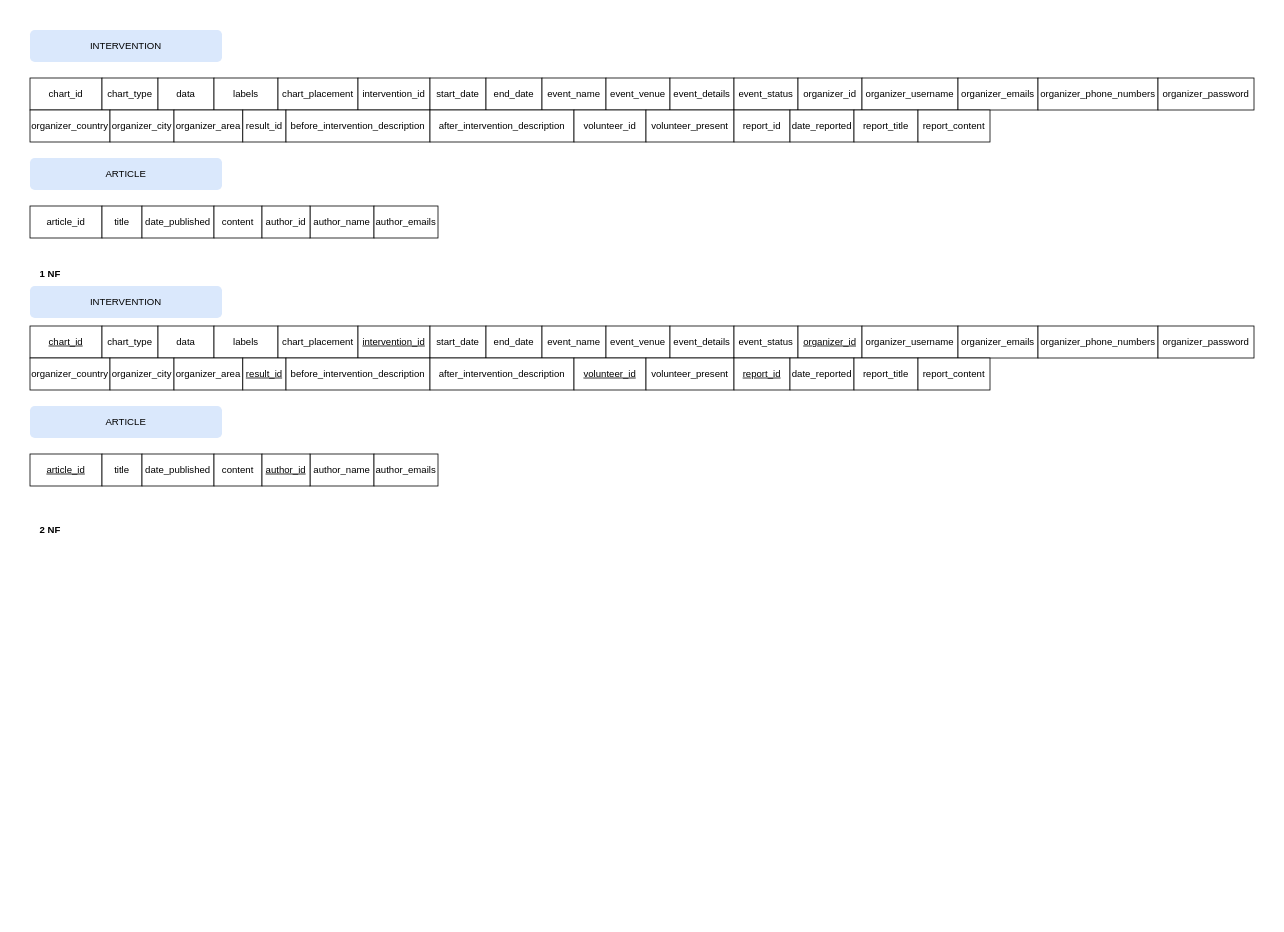
Above: normalization.drawio in BloodRiver/public-health-interventions (draw.io), before the change. Source tidied: cells renumbered, new cells numbered last; positions are measured from the earlier drawing's top-left corner, leaving out a move shared by most shapes. Both pictures are drawn from the tidied source at 80%, with x=0, y=0 at pixel (30, 30).
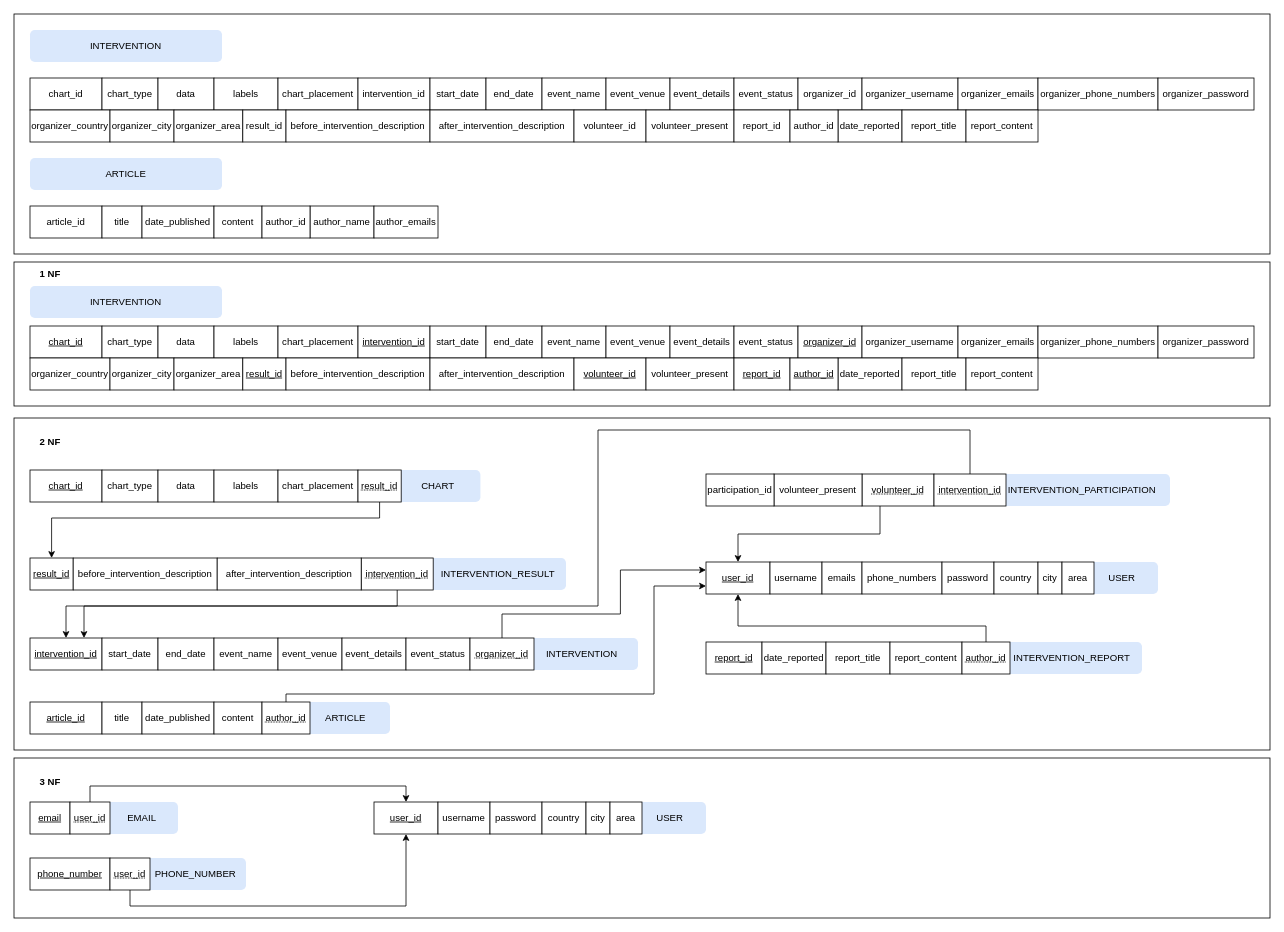
The same diagram, later.

What changed in the source:
```diff
@@
+    <mxCell id="80" style="rounded=0;whiteSpace=wrap;html=1;fillColor=none;" parent="1" vertex="1">
+      <mxGeometry x="-20" y="485" width="1570" height="415" as="geometry" />
+    </mxCell>
+    <mxCell id="81" style="rounded=0;whiteSpace=wrap;html=1;fillColor=none;" parent="1" vertex="1">
+      <mxGeometry x="-20" y="-20" width="1570" height="300" as="geometry" />
+    </mxCell>
+    <mxCell id="82" value="PHONE_NUMBER" style="rounded=1;whiteSpace=wrap;html=1;fillColor=#dae8fc;strokeColor=none;" parent="1" vertex="1">
+      <mxGeometry x="144" y="1035" width="126" height="40" as="geometry" />
+    </mxCell>
+    <mxCell id="83" value="EMAIL" style="rounded=1;whiteSpace=wrap;html=1;fillColor=#dae8fc;strokeColor=none;" parent="1" vertex="1">
+      <mxGeometry x="95" y="965" width="90" height="40" as="geometry" />
+    </mxCell>
+    <mxCell id="84" value="INTERVENTION_REPORT" style="rounded=1;whiteSpace=wrap;html=1;fillColor=#dae8fc;strokeColor=none;" parent="1" vertex="1">
+      <mxGeometry x="1215" y="765" width="175" height="40" as="geometry" />
+    </mxCell>
+    <mxCell id="85" value="INTERVENTION_PARTICIPATION" style="rounded=1;whiteSpace=wrap;html=1;fillColor=#dae8fc;strokeColor=none;" parent="1" vertex="1">
+      <mxGeometry x="1205" y="555" width="220" height="40" as="geometry" />
+    </mxCell>
+    <mxCell id="86" value="USER" style="rounded=1;whiteSpace=wrap;html=1;fillColor=#dae8fc;strokeColor=none;" parent="1" vertex="1">
+      <mxGeometry x="1320" y="665" width="90" height="40" as="geometry" />
+    </mxCell>
+    <mxCell id="87" value="INTERVENTION" style="rounded=1;whiteSpace=wrap;html=1;fillColor=#dae8fc;strokeColor=none;" parent="1" vertex="1">
+      <mxGeometry x="620" y="760" width="140" height="40" as="geometry" />
+    </mxCell>
+    <mxCell id="88" value="INTERVENTION_RESULT" style="rounded=1;whiteSpace=wrap;html=1;fillColor=#dae8fc;strokeColor=none;" parent="1" vertex="1">
+      <mxGeometry x="500" y="660" width="170" height="40" as="geometry" />
+    </mxCell>
+    <mxCell id="89" value="CHART" style="rounded=1;whiteSpace=wrap;html=1;fillColor=#dae8fc;strokeColor=none;" parent="1" vertex="1">
+      <mxGeometry x="457" y="550" width="106" height="40" as="geometry" />
+    </mxCell>
@@
     <mxCell id="30" value="date_reported" style="rounded=0;whiteSpace=wrap;html=1;" parent="1" vertex="1">
-      <mxGeometry x="950" y="100" width="80" height="40" as="geometry" />
+      <mxGeometry x="1010" y="100" width="80" height="40" as="geometry" />
     </mxCell>
     <mxCell id="31" value="report_title" style="rounded=0;whiteSpace=wrap;html=1;" parent="1" vertex="1">
-      <mxGeometry x="1030" y="100" width="80" height="40" as="geometry" />
+      <mxGeometry x="1090" y="100" width="80" height="40" as="geometry" />
     </mxCell>
     <mxCell id="32" value="report_content" style="rounded=0;whiteSpace=wrap;html=1;" parent="1" vertex="1">
-      <mxGeometry x="1110" y="100" width="90" height="40" as="geometry" />
+      <mxGeometry x="1170" y="100" width="90" height="40" as="geometry" />
     </mxCell>
@@
     <mxCell id="59" value="date_reported" style="rounded=0;whiteSpace=wrap;html=1;" parent="1" vertex="1">
-      <mxGeometry x="950" y="410" width="80" height="40" as="geometry" />
+      <mxGeometry x="1010" y="410" width="80" height="40" as="geometry" />
     </mxCell>
     <mxCell id="60" value="report_title" style="rounded=0;whiteSpace=wrap;html=1;" parent="1" vertex="1">
-      <mxGeometry x="1030" y="410" width="80" height="40" as="geometry" />
+      <mxGeometry x="1090" y="410" width="80" height="40" as="geometry" />
     </mxCell>
     <mxCell id="61" value="report_content" style="rounded=0;whiteSpace=wrap;html=1;" parent="1" vertex="1">
-      <mxGeometry x="1110" y="410" width="90" height="40" as="geometry" />
+      <mxGeometry x="1170" y="410" width="90" height="40" as="geometry" />
     </mxCell>
@@
     <mxCell id="71" value="article_id" style="rounded=0;whiteSpace=wrap;html=1;fontStyle=4;" parent="1" vertex="1">
-      <mxGeometry y="530" width="90" height="40" as="geometry" />
+      <mxGeometry y="840" width="90" height="40" as="geometry" />
     </mxCell>
     <mxCell id="72" value="title" style="rounded=0;whiteSpace=wrap;html=1;" parent="1" vertex="1">
-      <mxGeometry x="90" y="530" width="50" height="40" as="geometry" />
+      <mxGeometry x="90" y="840" width="50" height="40" as="geometry" />
     </mxCell>
     <mxCell id="73" value="date_published" style="rounded=0;whiteSpace=wrap;html=1;" parent="1" vertex="1">
-      <mxGeometry x="140" y="530" width="90" height="40" as="geometry" />
+      <mxGeometry x="140" y="840" width="90" height="40" as="geometry" />
     </mxCell>
     <mxCell id="74" value="content" style="rounded=0;whiteSpace=wrap;html=1;" parent="1" vertex="1">
-      <mxGeometry x="230" y="530" width="60" height="40" as="geometry" />
+      <mxGeometry x="230" y="840" width="60" height="40" as="geometry" />
     </mxCell>
-    <mxCell id="75" value="author_name" style="rounded=0;whiteSpace=wrap;html=1;" parent="1" vertex="1">
-      <mxGeometry x="350" y="530" width="80" height="40" as="geometry" />
-    </mxCell>
-    <mxCell id="76" value="author_emails" style="rounded=0;whiteSpace=wrap;html=1;" parent="1" vertex="1">
-      <mxGeometry x="430" y="530" width="80" height="40" as="geometry" />
-    </mxCell>
     <mxCell id="77" value="ARTICLE" style="rounded=1;whiteSpace=wrap;html=1;fillColor=#dae8fc;strokeColor=none;" parent="1" vertex="1">
-      <mxGeometry y="470" width="240" height="40" as="geometry" />
+      <mxGeometry x="339" y="840" width="111" height="40" as="geometry" />
     </mxCell>
+    <mxCell id="90" style="edgeStyle=orthogonalEdgeStyle;rounded=0;jettySize=auto;html=1;entryX=0;entryY=0.75;entryDx=0;entryDy=0;exitX=0.5;exitY=0;exitDx=0;exitDy=0;" parent="1" edge="1" source="78" target="103">
+      <mxGeometry relative="1" as="geometry">
+        <Array as="points">
+          <mxPoint x="320" y="830" />
+          <mxPoint x="780" y="830" />
+          <mxPoint x="780" y="695" />
+        </Array>
+      </mxGeometry>
+    </mxCell>
-    <mxCell id="78" value="author_id" style="rounded=0;whiteSpace=wrap;html=1;fontStyle=4;" parent="1" vertex="1">
-      <mxGeometry x="290" y="530" width="60" height="40" as="geometry" />
+    <mxCell id="78" value="&lt;span style=&quot;text-decoration: dotted underline;&quot;&gt;author_id&lt;/span&gt;" style="rounded=0;whiteSpace=wrap;html=1;fontStyle=0;" parent="1" vertex="1">
+      <mxGeometry x="290" y="840" width="60" height="40" as="geometry" />
     </mxCell>
     <mxCell id="79" value="&lt;b&gt;2 NF&lt;/b&gt;" style="text;html=1;align=center;verticalAlign=middle;strokeColor=none;fillColor=none;" parent="1" vertex="1">
-      <mxGeometry y="610" width="50" height="30" as="geometry" />
+      <mxGeometry y="500" width="50" height="30" as="geometry" />
     </mxCell>
+    <mxCell id="91" value="chart_id" style="rounded=0;whiteSpace=wrap;html=1;fontStyle=4;" parent="1" vertex="1">
+      <mxGeometry y="550" width="90" height="40" as="geometry" />
+    </mxCell>
+    <mxCell id="92" value="chart_type" style="rounded=0;whiteSpace=wrap;html=1;" parent="1" vertex="1">
+      <mxGeometry x="90" y="550" width="70" height="40" as="geometry" />
+    </mxCell>
+    <mxCell id="93" value="data" style="rounded=0;whiteSpace=wrap;html=1;" parent="1" vertex="1">
+      <mxGeometry x="160" y="550" width="70" height="40" as="geometry" />
+    </mxCell>
+    <mxCell id="94" value="labels" style="rounded=0;whiteSpace=wrap;html=1;" parent="1" vertex="1">
+      <mxGeometry x="230" y="550" width="80" height="40" as="geometry" />
+    </mxCell>
+    <mxCell id="95" value="chart_placement" style="rounded=0;whiteSpace=wrap;html=1;" parent="1" vertex="1">
+      <mxGeometry x="310" y="550" width="100" height="40" as="geometry" />
+    </mxCell>
+    <mxCell id="96" value="intervention_id" style="rounded=0;whiteSpace=wrap;html=1;fontStyle=4;" parent="1" vertex="1">
+      <mxGeometry y="760" width="90" height="40" as="geometry" />
+    </mxCell>
+    <mxCell id="97" value="start_date" style="rounded=0;whiteSpace=wrap;html=1;" parent="1" vertex="1">
+      <mxGeometry x="90" y="760" width="70" height="40" as="geometry" />
+    </mxCell>
+    <mxCell id="98" value="end_date" style="rounded=0;whiteSpace=wrap;html=1;" parent="1" vertex="1">
+      <mxGeometry x="160" y="760" width="70" height="40" as="geometry" />
+    </mxCell>
+    <mxCell id="99" value="event_name" style="rounded=0;whiteSpace=wrap;html=1;" parent="1" vertex="1">
+      <mxGeometry x="230" y="760" width="80" height="40" as="geometry" />
+    </mxCell>
+    <mxCell id="100" value="event_venue" style="rounded=0;whiteSpace=wrap;html=1;" parent="1" vertex="1">
+      <mxGeometry x="310" y="760" width="80" height="40" as="geometry" />
+    </mxCell>
+    <mxCell id="101" value="event_details" style="rounded=0;whiteSpace=wrap;html=1;" parent="1" vertex="1">
+      <mxGeometry x="390" y="760" width="80" height="40" as="geometry" />
+    </mxCell>
+    <mxCell id="102" value="event_status" style="rounded=0;whiteSpace=wrap;html=1;" parent="1" vertex="1">
+      <mxGeometry x="470" y="760" width="80" height="40" as="geometry" />
+    </mxCell>
+    <mxCell id="103" value="user_id" style="rounded=0;whiteSpace=wrap;html=1;fontStyle=4;" parent="1" vertex="1">
+      <mxGeometry x="845" y="665" width="80" height="40" as="geometry" />
+    </mxCell>
+    <mxCell id="104" value="username" style="rounded=0;whiteSpace=wrap;html=1;" parent="1" vertex="1">
+      <mxGeometry x="925" y="665" width="65" height="40" as="geometry" />
+    </mxCell>
+    <mxCell id="105" value="emails" style="rounded=0;whiteSpace=wrap;html=1;" parent="1" vertex="1">
+      <mxGeometry x="990" y="665" width="50" height="40" as="geometry" />
+    </mxCell>
+    <mxCell id="106" value="phone_numbers" style="rounded=0;whiteSpace=wrap;html=1;" parent="1" vertex="1">
+      <mxGeometry x="1040" y="665" width="100" height="40" as="geometry" />
+    </mxCell>
+    <mxCell id="107" value="password" style="rounded=0;whiteSpace=wrap;html=1;" parent="1" vertex="1">
+      <mxGeometry x="1140" y="665" width="65" height="40" as="geometry" />
+    </mxCell>
+    <mxCell id="108" value="country" style="rounded=0;whiteSpace=wrap;html=1;" parent="1" vertex="1">
+      <mxGeometry x="1205" y="665" width="55" height="40" as="geometry" />
+    </mxCell>
+    <mxCell id="109" value="city" style="rounded=0;whiteSpace=wrap;html=1;" parent="1" vertex="1">
+      <mxGeometry x="1260" y="665" width="30" height="40" as="geometry" />
+    </mxCell>
+    <mxCell id="110" value="area" style="rounded=0;whiteSpace=wrap;html=1;" parent="1" vertex="1">
+      <mxGeometry x="1290" y="665" width="40" height="40" as="geometry" />
+    </mxCell>
+    <mxCell id="111" style="edgeStyle=orthogonalEdgeStyle;rounded=0;jettySize=auto;html=1;entryX=0.5;entryY=0;entryDx=0;entryDy=0;exitX=0.25;exitY=1;exitDx=0;exitDy=0;" parent="1" edge="1" source="112" target="103">
+      <mxGeometry relative="1" as="geometry" />
+    </mxCell>
+    <mxCell id="112" value="&lt;span style=&quot;text-decoration: dotted underline;&quot;&gt;volunteer_id&lt;/span&gt;" style="rounded=0;whiteSpace=wrap;html=1;fontStyle=0;" parent="1" vertex="1">
+      <mxGeometry x="1040" y="555" width="90" height="40" as="geometry" />
+    </mxCell>
+    <mxCell id="113" value="volunteer_present" style="rounded=0;whiteSpace=wrap;html=1;" parent="1" vertex="1">
+      <mxGeometry x="930" y="555" width="110" height="40" as="geometry" />
+    </mxCell>
+    <mxCell id="114" value="report_id" style="rounded=0;whiteSpace=wrap;html=1;fontStyle=4;" parent="1" vertex="1">
+      <mxGeometry x="845" y="765" width="70" height="40" as="geometry" />
+    </mxCell>
+    <mxCell id="115" value="date_reported" style="rounded=0;whiteSpace=wrap;html=1;" parent="1" vertex="1">
+      <mxGeometry x="915" y="765" width="80" height="40" as="geometry" />
+    </mxCell>
+    <mxCell id="116" value="report_title" style="rounded=0;whiteSpace=wrap;html=1;" parent="1" vertex="1">
+      <mxGeometry x="995" y="765" width="80" height="40" as="geometry" />
+    </mxCell>
+    <mxCell id="117" value="report_content" style="rounded=0;whiteSpace=wrap;html=1;" parent="1" vertex="1">
+      <mxGeometry x="1075" y="765" width="90" height="40" as="geometry" />
+    </mxCell>
+    <mxCell id="118" style="edgeStyle=orthogonalEdgeStyle;rounded=0;jettySize=auto;html=1;entryX=0.5;entryY=0;entryDx=0;entryDy=0;" parent="1" edge="1" source="119" target="122">
+      <mxGeometry relative="1" as="geometry">
+        <Array as="points">
+          <mxPoint x="437" y="610" />
+          <mxPoint x="27" y="610" />
+        </Array>
+      </mxGeometry>
+    </mxCell>
+    <mxCell id="119" value="&lt;span style=&quot;text-decoration: dotted underline;&quot;&gt;result_id&lt;/span&gt;" style="rounded=0;whiteSpace=wrap;html=1;fontStyle=0;" parent="1" vertex="1">
+      <mxGeometry x="410" y="550" width="54" height="40" as="geometry" />
+    </mxCell>
+    <mxCell id="120" style="edgeStyle=orthogonalEdgeStyle;rounded=0;jettySize=auto;html=1;entryX=0.5;entryY=0;entryDx=0;entryDy=0;" parent="1" edge="1" source="121" target="96">
+      <mxGeometry relative="1" as="geometry">
+        <Array as="points">
+          <mxPoint x="459" y="720" />
+          <mxPoint x="45" y="720" />
+        </Array>
+      </mxGeometry>
+    </mxCell>
+    <mxCell id="121" value="&lt;span style=&quot;text-decoration: dotted underline;&quot;&gt;intervention_id&lt;/span&gt;" style="rounded=0;whiteSpace=wrap;html=1;fontStyle=0;" parent="1" vertex="1">
+      <mxGeometry x="414" y="660" width="90" height="40" as="geometry" />
+    </mxCell>
+    <mxCell id="122" value="result_id" style="rounded=0;whiteSpace=wrap;html=1;fontStyle=4;" parent="1" vertex="1">
+      <mxGeometry y="660" width="54" height="40" as="geometry" />
+    </mxCell>
+    <mxCell id="123" value="before_intervention_description" style="rounded=0;whiteSpace=wrap;html=1;" parent="1" vertex="1">
+      <mxGeometry x="54" y="660" width="180" height="40" as="geometry" />
+    </mxCell>
+    <mxCell id="124" value="after_intervention_description" style="rounded=0;whiteSpace=wrap;html=1;" parent="1" vertex="1">
+      <mxGeometry x="234" y="660" width="180" height="40" as="geometry" />
+    </mxCell>
+    <mxCell id="125" style="edgeStyle=orthogonalEdgeStyle;rounded=0;jettySize=auto;html=1;entryX=0;entryY=0.25;entryDx=0;entryDy=0;" parent="1" edge="1" source="126" target="103">
+      <mxGeometry relative="1" as="geometry">
+        <Array as="points">
+          <mxPoint x="590" y="730" />
+          <mxPoint x="738" y="730" />
+          <mxPoint x="738" y="675" />
+        </Array>
+      </mxGeometry>
+    </mxCell>
+    <mxCell id="126" value="&lt;span style=&quot;text-decoration: dotted underline;&quot;&gt;organizer_id&lt;/span&gt;" style="rounded=0;whiteSpace=wrap;html=1;fontStyle=0;" parent="1" vertex="1">
+      <mxGeometry x="550" y="760" width="80" height="40" as="geometry" />
+    </mxCell>
+    <mxCell id="127" style="edgeStyle=orthogonalEdgeStyle;rounded=0;jettySize=auto;html=1;entryX=0.75;entryY=0;entryDx=0;entryDy=0;exitX=0.5;exitY=0;exitDx=0;exitDy=0;" parent="1" edge="1" source="128" target="96">
+      <mxGeometry relative="1" as="geometry">
+        <Array as="points">
+          <mxPoint x="1175" y="500" />
+          <mxPoint x="710" y="500" />
+          <mxPoint x="710" y="720" />
+          <mxPoint x="67" y="720" />
+        </Array>
+      </mxGeometry>
+    </mxCell>
+    <mxCell id="128" value="&lt;span style=&quot;text-decoration: dotted underline;&quot;&gt;intervention_id&lt;/span&gt;" style="rounded=0;whiteSpace=wrap;html=1;fontStyle=0;" parent="1" vertex="1">
+      <mxGeometry x="1130" y="555" width="90" height="40" as="geometry" />
+    </mxCell>
+    <mxCell id="129" value="author_id" style="rounded=0;whiteSpace=wrap;html=1;" parent="1" vertex="1">
+      <mxGeometry x="950" y="100" width="60" height="40" as="geometry" />
+    </mxCell>
+    <mxCell id="130" value="author_id" style="rounded=0;whiteSpace=wrap;html=1;fontStyle=4;" parent="1" vertex="1">
+      <mxGeometry x="950" y="410" width="60" height="40" as="geometry" />
+    </mxCell>
+    <mxCell id="131" style="edgeStyle=orthogonalEdgeStyle;rounded=0;jettySize=auto;html=1;entryX=0.5;entryY=1;entryDx=0;entryDy=0;" parent="1" edge="1" source="132" target="103">
+      <mxGeometry relative="1" as="geometry">
+        <Array as="points">
+          <mxPoint x="1195" y="745" />
+          <mxPoint x="885" y="745" />
+        </Array>
+      </mxGeometry>
+    </mxCell>
+    <mxCell id="132" value="&lt;span style=&quot;text-decoration: dotted underline;&quot;&gt;author_id&lt;/span&gt;" style="rounded=0;whiteSpace=wrap;html=1;fontStyle=0;" parent="1" vertex="1">
+      <mxGeometry x="1165" y="765" width="60" height="40" as="geometry" />
+    </mxCell>
+    <mxCell id="133" value="USER" style="rounded=1;whiteSpace=wrap;html=1;fillColor=#dae8fc;strokeColor=none;" parent="1" vertex="1">
+      <mxGeometry x="755" y="965" width="90" height="40" as="geometry" />
+    </mxCell>
+    <mxCell id="134" value="user_id" style="rounded=0;whiteSpace=wrap;html=1;fontStyle=4;" parent="1" vertex="1">
+      <mxGeometry x="430" y="965" width="80" height="40" as="geometry" />
+    </mxCell>
+    <mxCell id="135" value="username" style="rounded=0;whiteSpace=wrap;html=1;" parent="1" vertex="1">
+      <mxGeometry x="510" y="965" width="65" height="40" as="geometry" />
+    </mxCell>
+    <mxCell id="136" value="&lt;u&gt;email&lt;/u&gt;" style="rounded=0;whiteSpace=wrap;html=1;" parent="1" vertex="1">
+      <mxGeometry y="965" width="50" height="40" as="geometry" />
+    </mxCell>
+    <mxCell id="137" value="&lt;u&gt;phone_number&lt;/u&gt;" style="rounded=0;whiteSpace=wrap;html=1;" parent="1" vertex="1">
+      <mxGeometry y="1035" width="100" height="40" as="geometry" />
+    </mxCell>
+    <mxCell id="138" value="password" style="rounded=0;whiteSpace=wrap;html=1;" parent="1" vertex="1">
+      <mxGeometry x="575" y="965" width="65" height="40" as="geometry" />
+    </mxCell>
+    <mxCell id="139" value="country" style="rounded=0;whiteSpace=wrap;html=1;" parent="1" vertex="1">
+      <mxGeometry x="640" y="965" width="55" height="40" as="geometry" />
+    </mxCell>
+    <mxCell id="140" value="city" style="rounded=0;whiteSpace=wrap;html=1;" parent="1" vertex="1">
+      <mxGeometry x="695" y="965" width="30" height="40" as="geometry" />
+    </mxCell>
+    <mxCell id="141" value="area" style="rounded=0;whiteSpace=wrap;html=1;" parent="1" vertex="1">
+      <mxGeometry x="725" y="965" width="40" height="40" as="geometry" />
+    </mxCell>
+    <mxCell id="142" value="&lt;b&gt;3 NF&lt;/b&gt;" style="text;html=1;align=center;verticalAlign=middle;strokeColor=none;fillColor=none;" parent="1" vertex="1">
+      <mxGeometry y="925" width="50" height="30" as="geometry" />
+    </mxCell>
+    <mxCell id="143" style="edgeStyle=orthogonalEdgeStyle;rounded=0;jettySize=auto;html=1;entryX=0.5;entryY=0;entryDx=0;entryDy=0;exitX=0.5;exitY=0;exitDx=0;exitDy=0;" parent="1" edge="1" source="144" target="134">
+      <mxGeometry relative="1" as="geometry">
+        <Array as="points">
+          <mxPoint x="75" y="945" />
+          <mxPoint x="470" y="945" />
+        </Array>
+      </mxGeometry>
+    </mxCell>
+    <mxCell id="144" value="&lt;span style=&quot;text-decoration: dotted underline;&quot;&gt;user_id&lt;/span&gt;" style="rounded=0;whiteSpace=wrap;html=1;fontStyle=0;" parent="1" vertex="1">
+      <mxGeometry x="50" y="965" width="50" height="40" as="geometry" />
+    </mxCell>
+    <mxCell id="145" style="edgeStyle=orthogonalEdgeStyle;rounded=0;jettySize=auto;html=1;entryX=0.5;entryY=1;entryDx=0;entryDy=0;exitX=0.5;exitY=1;exitDx=0;exitDy=0;" parent="1" edge="1" source="146" target="134">
+      <mxGeometry relative="1" as="geometry" />
+    </mxCell>
+    <mxCell id="146" value="&lt;span style=&quot;text-decoration: dotted underline;&quot;&gt;user_id&lt;/span&gt;" style="rounded=0;whiteSpace=wrap;html=1;fontStyle=0;" parent="1" vertex="1">
+      <mxGeometry x="100" y="1035" width="50" height="40" as="geometry" />
+    </mxCell>
+    <mxCell id="147" value="participation_id" style="rounded=0;whiteSpace=wrap;html=1;fontStyle=0;" parent="1" vertex="1">
+      <mxGeometry x="845" y="555" width="85" height="40" as="geometry" />
+    </mxCell>
+    <mxCell id="148" style="rounded=0;whiteSpace=wrap;html=1;fillColor=none;" parent="1" vertex="1">
+      <mxGeometry x="-20" y="290" width="1570" height="180" as="geometry" />
+    </mxCell>
+    <mxCell id="149" style="rounded=0;whiteSpace=wrap;html=1;fillColor=none;" parent="1" vertex="1">
+      <mxGeometry x="-20" y="910" width="1570" height="200" as="geometry" />
+    </mxCell>
```
